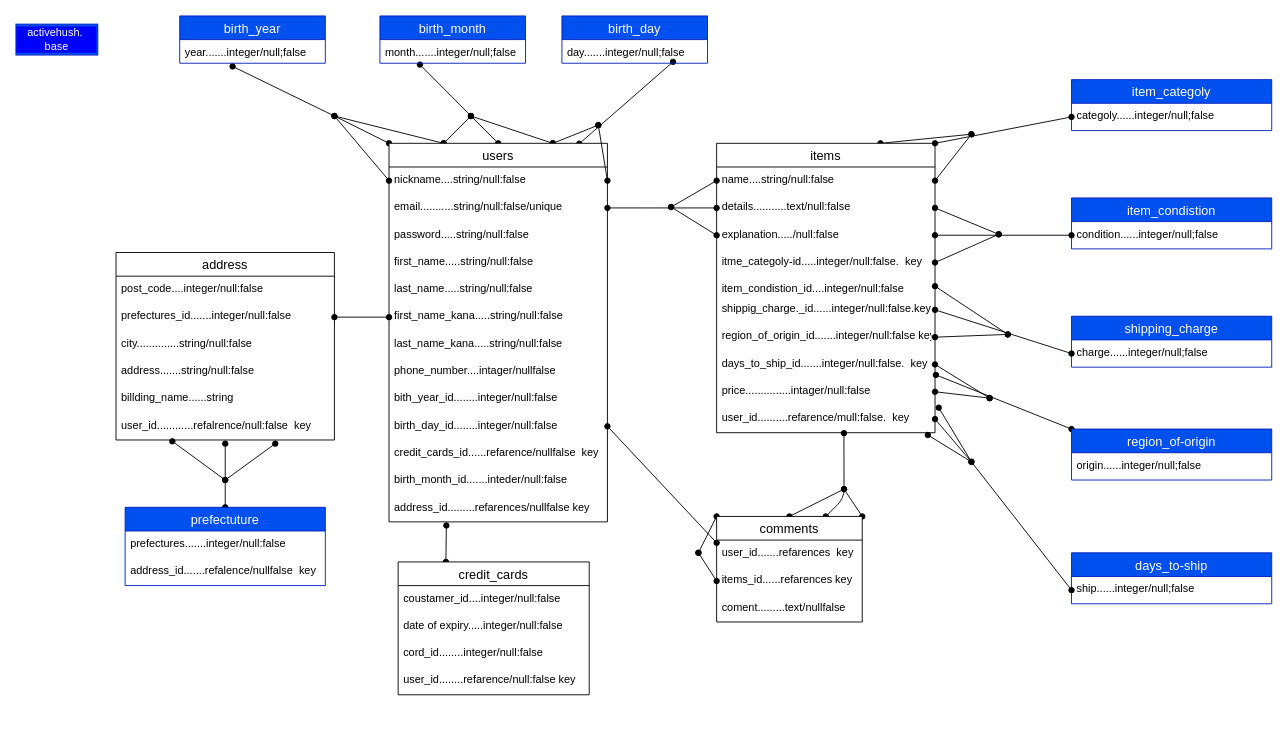
hiro-nishino/furima-39102 keeps this draw.io diagram as furim.dio. Above is the earlier version. Source tidied: cells renumbered, new cells numbered last; positions are measured from the earlier drawing's top-left corner, leaving out a move shared by most shapes. Both pictures are drawn from the tidied source at 91%, with x=0, y=0 at pixel (15, 15).
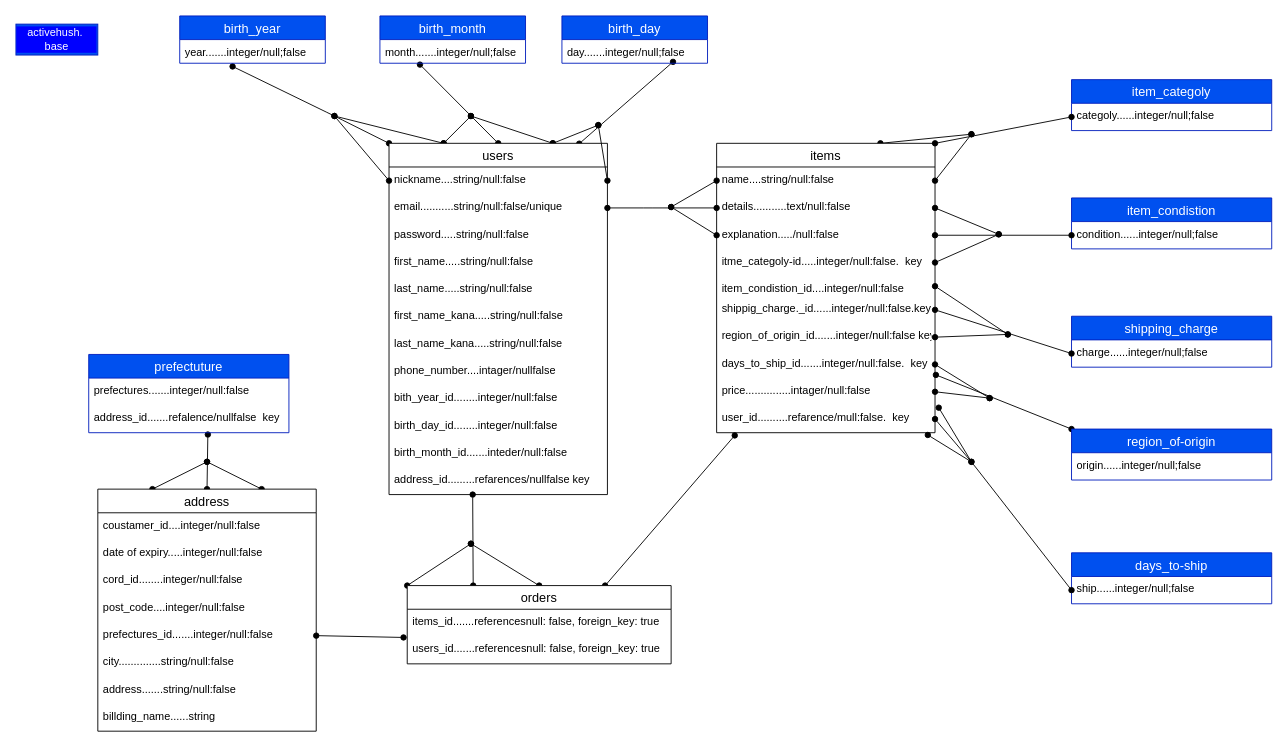
The same page after the edit.

Commit message (it also covers changes not shown here):
テーブル設計修正

Unchanged cells that the change refers to:
```xml
<mxCell id="17" value="first_name_kana.....string/null:false" style="text;strokeColor=none;fillColor=none;spacingLeft=4;spacingRight=4;overflow=hidden;points=[[0,0.5],[1,0.5]];portConstraint=eastwest;fontSize=12;" parent="11" vertex="1">
  <mxGeometry y="176" width="240" height="30" as="geometry" />
</mxCell>
<mxCell id="21" value="birth_day_id........integer/null:false" style="text;strokeColor=none;fillColor=none;spacingLeft=4;spacingRight=4;overflow=hidden;points=[[0,0.5],[1,0.5]];portConstraint=eastwest;fontSize=12;" parent="11" vertex="1">
  <mxGeometry y="296" width="240" height="30" as="geometry" />
</mxCell>
<mxCell id="36" value="user_id..........refarence/mull:false.  key" style="text;strokeColor=none;fillColor=none;spacingLeft=4;spacingRight=4;overflow=hidden;points=[[0,0.5],[1,0.5]];portConstraint=eastwest;fontSize=12;" parent="26" vertex="1">
  <mxGeometry y="288" width="240" height="30" as="geometry" />
</mxCell>
<mxCell id="61" value="address_id.......refalence/nullfalse  key" style="text;strokeColor=none;fillColor=none;spacingLeft=4;spacingRight=4;overflow=hidden;points=[[0,0.5],[1,0.5]];portConstraint=eastwest;fontSize=12;" parent="59" vertex="1">
  <mxGeometry y="56" width="220" height="30" as="geometry" />
</mxCell>
```

What changed in the source:
```diff
@@
     <mxCell id="11" value="users" style="swimlane;fontStyle=0;horizontal=1;startSize=26;align=center;fontSize=14;" parent="1" vertex="1">
-      <mxGeometry x="410" y="140" width="240" height="416" as="geometry" />
+      <mxGeometry x="410" y="140" width="240" height="386" as="geometry" />
     </mxCell>
@@
-    <mxCell id="22" value="credit_cards_id......refarence/nullfalse  key" style="text;strokeColor=none;fillColor=none;spacingLeft=4;spacingRight=4;overflow=hidden;fontSize=12;" parent="11" vertex="1">
-      <mxGeometry y="326" width="240" height="30" as="geometry" />
-    </mxCell>
     <mxCell id="23" value="birth_month_id.......inteder/null:false" style="text;strokeColor=none;fillColor=none;spacingLeft=4;spacingRight=4;overflow=hidden;fontSize=12;" parent="11" vertex="1">
-      <mxGeometry y="356" width="240" height="30" as="geometry" />
+      <mxGeometry y="326" width="240" height="30" as="geometry" />
     </mxCell>
     <mxCell id="24" value="address_id.........refarences/nullfalse key" style="text;strokeColor=none;fillColor=none;spacingLeft=4;spacingRight=4;overflow=hidden;points=[[0,0.5],[1,0.5]];portConstraint=eastwest;fontSize=12;labelBackgroundColor=default;" parent="11" vertex="1">
-      <mxGeometry y="386" width="240" height="30" as="geometry" />
+      <mxGeometry y="356" width="240" height="30" as="geometry" />
     </mxCell>
@@
-    <mxCell id="43" style="edgeStyle=none;html=1;exitX=0.25;exitY=0;exitDx=0;exitDy=0;endArrow=oval;endFill=1;startArrow=oval;startFill=1;" parent="1" edge="1" source="44">
-      <mxGeometry relative="1" as="geometry">
-        <mxPoint x="473" y="560" as="targetPoint" />
-      </mxGeometry>
-    </mxCell>
-    <mxCell id="44" value="credit_cards" style="swimlane;fontStyle=0;horizontal=1;startSize=26;align=center;fontSize=14;strokeColor=default;" parent="1" vertex="1">
-      <mxGeometry x="420" y="600" width="210" height="146" as="geometry" />
-    </mxCell>
+    <mxCell id="103" style="edgeStyle=none;html=1;exitX=0.5;exitY=0;exitDx=0;exitDy=0;entryX=0.595;entryY=1.067;entryDx=0;entryDy=0;entryPerimeter=0;startArrow=oval;startFill=1;endArrow=oval;endFill=1;" parent="1" edge="1" source="49" target="61">
+      <mxGeometry relative="1" as="geometry" />
+    </mxCell>
+    <mxCell id="104" style="edgeStyle=none;html=1;exitX=0.75;exitY=0;exitDx=0;exitDy=0;startArrow=oval;startFill=1;endArrow=oval;endFill=1;" parent="1" edge="1" source="49">
+      <mxGeometry relative="1" as="geometry">
+        <mxPoint x="210" y="490" as="targetPoint" />
+      </mxGeometry>
+    </mxCell>
+    <mxCell id="105" style="edgeStyle=none;html=1;exitX=0.25;exitY=0;exitDx=0;exitDy=0;startArrow=oval;startFill=1;endArrow=oval;endFill=1;" parent="1" edge="1" source="49">
+      <mxGeometry relative="1" as="geometry">
+        <mxPoint x="210" y="490" as="targetPoint" />
+      </mxGeometry>
+    </mxCell>
+    <mxCell id="49" value="address" style="swimlane;fontStyle=0;horizontal=1;startSize=26;align=center;fontSize=14;strokeColor=default;" parent="1" vertex="1">
+      <mxGeometry x="90" y="520" width="240" height="266" as="geometry" />
+    </mxCell>
-    <mxCell id="45" value="coustamer_id....integer/null:false" style="text;strokeColor=none;fillColor=none;spacingLeft=4;spacingRight=4;overflow=hidden;fontSize=12;" parent="44" vertex="1">
-      <mxGeometry y="26" width="210" height="30" as="geometry" />
+    <mxCell id="45" value="coustamer_id....integer/null:false" style="text;strokeColor=none;fillColor=none;spacingLeft=4;spacingRight=4;overflow=hidden;fontSize=12;" parent="49" vertex="1">
+      <mxGeometry y="26" width="240" height="30" as="geometry" />
     </mxCell>
-    <mxCell id="46" value="date of expiry.....integer/null:false" style="text;strokeColor=none;fillColor=none;spacingLeft=4;spacingRight=4;overflow=hidden;fontSize=12;" parent="44" vertex="1">
-      <mxGeometry y="56" width="210" height="30" as="geometry" />
+    <mxCell id="46" value="date of expiry.....integer/null:false" style="text;strokeColor=none;fillColor=none;spacingLeft=4;spacingRight=4;overflow=hidden;fontSize=12;" parent="49" vertex="1">
+      <mxGeometry y="56" width="240" height="30" as="geometry" />
     </mxCell>
-    <mxCell id="47" value="cord_id........integer/null:false" style="text;strokeColor=none;fillColor=none;spacingLeft=4;spacingRight=4;overflow=hidden;fontSize=12;" parent="44" vertex="1">
-      <mxGeometry y="86" width="210" height="30" as="geometry" />
+    <mxCell id="47" value="cord_id........integer/null:false" style="text;strokeColor=none;fillColor=none;spacingLeft=4;spacingRight=4;overflow=hidden;fontSize=12;" parent="49" vertex="1">
+      <mxGeometry y="86" width="240" height="30" as="geometry" />
     </mxCell>
-    <mxCell id="48" value="user_id........refarence/null:false key" style="text;strokeColor=none;fillColor=none;spacingLeft=4;spacingRight=4;overflow=hidden;fontSize=12;" parent="44" vertex="1">
-      <mxGeometry y="116" width="210" height="30" as="geometry" />
-    </mxCell>
-    <mxCell id="49" value="address" style="swimlane;fontStyle=0;horizontal=1;startSize=26;align=center;fontSize=14;strokeColor=default;" parent="1" vertex="1">
-      <mxGeometry x="110" y="260" width="240" height="206" as="geometry" />
-    </mxCell>
     <mxCell id="50" value="post_code....integer/null:false" style="text;strokeColor=none;fillColor=none;spacingLeft=4;spacingRight=4;overflow=hidden;fontSize=12;" parent="49" vertex="1">
-      <mxGeometry y="26" width="240" height="30" as="geometry" />
+      <mxGeometry y="116" width="240" height="30" as="geometry" />
     </mxCell>
     <mxCell id="51" value="prefectures_id.......integer/null:false" style="text;strokeColor=none;fillColor=none;spacingLeft=4;spacingRight=4;overflow=hidden;points=[[0,0.5],[1,0.5]];portConstraint=eastwest;fontSize=12;" parent="49" vertex="1">
-      <mxGeometry y="56" width="240" height="30" as="geometry" />
+      <mxGeometry y="146" width="240" height="30" as="geometry" />
     </mxCell>
     <mxCell id="52" value="city..............string/null:false" style="text;strokeColor=none;fillColor=none;spacingLeft=4;spacingRight=4;overflow=hidden;fontSize=12;" parent="49" vertex="1">
-      <mxGeometry y="86" width="240" height="30" as="geometry" />
+      <mxGeometry y="176" width="240" height="30" as="geometry" />
     </mxCell>
     <mxCell id="53" value="address.......string/null:false&#10;" style="text;strokeColor=none;fillColor=none;spacingLeft=4;spacingRight=4;overflow=hidden;fontSize=12;" parent="49" vertex="1">
-      <mxGeometry y="116" width="240" height="30" as="geometry" />
+      <mxGeometry y="206" width="240" height="30" as="geometry" />
     </mxCell>
     <mxCell id="54" value="billding_name......string" style="text;strokeColor=none;fillColor=none;spacingLeft=4;spacingRight=4;overflow=hidden;fontSize=12;" parent="49" vertex="1">
-      <mxGeometry y="146" width="240" height="30" as="geometry" />
+      <mxGeometry y="236" width="240" height="30" as="geometry" />
     </mxCell>
-    <mxCell id="55" value="user_id............refalrence/null:false  key" style="text;strokeColor=none;fillColor=none;spacingLeft=4;spacingRight=4;overflow=hidden;points=[[0,0.5],[1,0.5]];portConstraint=eastwest;fontSize=12;" parent="49" vertex="1">
-      <mxGeometry y="176" width="240" height="30" as="geometry" />
-    </mxCell>
-    <mxCell id="56" style="edgeStyle=none;html=1;exitX=0.5;exitY=0;exitDx=0;exitDy=0;endArrow=oval;endFill=1;startArrow=oval;startFill=1;" parent="1" edge="1" source="59">
-      <mxGeometry relative="1" as="geometry">
-        <mxPoint x="230" y="470" as="targetPoint" />
-        <Array as="points">
-          <mxPoint x="230" y="510" />
-        </Array>
-      </mxGeometry>
-    </mxCell>
-    <mxCell id="57" style="edgeStyle=none;html=1;entryX=0.258;entryY=1.05;entryDx=0;entryDy=0;entryPerimeter=0;startArrow=oval;startFill=1;endArrow=oval;endFill=1;" parent="1" edge="1" target="55">
-      <mxGeometry relative="1" as="geometry">
-        <mxPoint x="230" y="510" as="sourcePoint" />
-      </mxGeometry>
-    </mxCell>
-    <mxCell id="58" style="edgeStyle=none;html=1;startArrow=oval;startFill=1;endArrow=oval;endFill=1;" parent="1" edge="1">
-      <mxGeometry relative="1" as="geometry">
-        <mxPoint x="230" y="510" as="sourcePoint" />
-        <mxPoint x="285" y="470" as="targetPoint" />
-      </mxGeometry>
-    </mxCell>
     <mxCell id="59" value="prefectuture" style="swimlane;fontStyle=0;horizontal=1;startSize=26;align=center;fontSize=14;strokeColor=#001DBC;fillColor=#0050ef;fontColor=#ffffff;" parent="1" vertex="1">
-      <mxGeometry x="120" y="540" width="220" height="86" as="geometry" />
+      <mxGeometry x="80" y="372" width="220" height="86" as="geometry" />
     </mxCell>
@@
-    <mxCell id="62" style="edgeStyle=none;html=1;exitX=0;exitY=0.5;exitDx=0;exitDy=0;entryX=1;entryY=0.5;entryDx=0;entryDy=0;startArrow=oval;startFill=1;endArrow=oval;endFill=1;" parent="1" edge="1" source="17" target="51">
-      <mxGeometry relative="1" as="geometry" />
-    </mxCell>
@@
-    <mxCell id="66" style="edgeStyle=none;html=1;exitX=0.75;exitY=0;exitDx=0;exitDy=0;startArrow=oval;startFill=1;endArrow=oval;endFill=1;entryX=0.583;entryY=1.017;entryDx=0;entryDy=0;entryPerimeter=0;" parent="1" edge="1" source="70" target="36">
-      <mxGeometry relative="1" as="geometry">
-        <Array as="points">
-          <mxPoint x="910" y="530" />
-        </Array>
-      </mxGeometry>
-    </mxCell>
-    <mxCell id="67" style="edgeStyle=none;html=1;exitX=0.5;exitY=0;exitDx=0;exitDy=0;startArrow=oval;startFill=1;endArrow=oval;endFill=1;" parent="1" edge="1" source="70">
-      <mxGeometry relative="1" as="geometry">
-        <mxPoint x="910" y="520" as="targetPoint" />
-      </mxGeometry>
-    </mxCell>
-    <mxCell id="68" style="edgeStyle=none;html=1;exitX=0;exitY=0;exitDx=0;exitDy=0;startArrow=oval;startFill=1;endArrow=oval;endFill=1;" parent="1" edge="1" source="70">
-      <mxGeometry relative="1" as="geometry">
-        <mxPoint x="750" y="590" as="targetPoint" />
-      </mxGeometry>
-    </mxCell>
-    <mxCell id="69" style="edgeStyle=none;html=1;exitX=1;exitY=0;exitDx=0;exitDy=0;startArrow=oval;startFill=1;endArrow=oval;endFill=1;" parent="1" edge="1" source="70">
-      <mxGeometry relative="1" as="geometry">
-        <mxPoint x="910" y="520" as="targetPoint" />
-      </mxGeometry>
-    </mxCell>
-    <mxCell id="70" value="comments" style="swimlane;fontStyle=0;horizontal=1;startSize=26;align=center;fontSize=14;strokeColor=default;" parent="1" vertex="1">
-      <mxGeometry x="770" y="550" width="160" height="116" as="geometry" />
-    </mxCell>
-    <mxCell id="71" value="user_id.......refarences  key" style="text;strokeColor=none;fillColor=none;spacingLeft=4;spacingRight=4;overflow=hidden;fontSize=12;" parent="70" vertex="1">
-      <mxGeometry y="26" width="160" height="30" as="geometry" />
-    </mxCell>
-    <mxCell id="72" value="items_id......refarences key" style="text;strokeColor=none;fillColor=none;spacingLeft=4;spacingRight=4;overflow=hidden;points=[[0,0.5],[1,0.5]];portConstraint=eastwest;fontSize=12;" parent="70" vertex="1">
-      <mxGeometry y="56" width="160" height="30" as="geometry" />
-    </mxCell>
-    <mxCell id="73" value="coment.........text/nullfalse" style="text;strokeColor=none;fillColor=none;spacingLeft=4;spacingRight=4;overflow=hidden;fontSize=12;" parent="70" vertex="1">
-      <mxGeometry y="86" width="160" height="30" as="geometry" />
-    </mxCell>
-    <mxCell id="74" style="edgeStyle=none;html=1;exitX=1;exitY=0.5;exitDx=0;exitDy=0;entryX=0;entryY=0.25;entryDx=0;entryDy=0;startArrow=oval;startFill=1;endArrow=oval;endFill=1;" parent="1" edge="1" source="21" target="70">
-      <mxGeometry relative="1" as="geometry" />
-    </mxCell>
-    <mxCell id="75" style="edgeStyle=none;html=1;exitX=0;exitY=0.5;exitDx=0;exitDy=0;startArrow=oval;startFill=1;endArrow=oval;endFill=1;" parent="1" edge="1" source="72">
-      <mxGeometry relative="1" as="geometry">
-        <mxPoint x="750" y="590" as="targetPoint" />
-      </mxGeometry>
-    </mxCell>
@@
+    <mxCell id="106" style="edgeStyle=none;html=1;exitX=0.25;exitY=0;exitDx=0;exitDy=0;entryX=0.383;entryY=1;entryDx=0;entryDy=0;entryPerimeter=0;endArrow=oval;endFill=1;startArrow=oval;startFill=1;" parent="1" edge="1" source="110" target="24">
+      <mxGeometry relative="1" as="geometry" />
+    </mxCell>
+    <mxCell id="107" style="edgeStyle=none;html=1;exitX=0.75;exitY=0;exitDx=0;exitDy=0;entryX=0.083;entryY=1.1;entryDx=0;entryDy=0;entryPerimeter=0;startArrow=oval;startFill=1;endArrow=oval;endFill=1;" parent="1" edge="1" source="110" target="36">
+      <mxGeometry relative="1" as="geometry" />
+    </mxCell>
+    <mxCell id="108" style="edgeStyle=none;html=1;exitX=0;exitY=0;exitDx=0;exitDy=0;startArrow=oval;startFill=1;endArrow=oval;endFill=1;" parent="1" edge="1" source="110">
+      <mxGeometry relative="1" as="geometry">
+        <mxPoint x="500" y="580" as="targetPoint" />
+      </mxGeometry>
+    </mxCell>
+    <mxCell id="109" style="edgeStyle=none;html=1;exitX=0.5;exitY=0;exitDx=0;exitDy=0;startArrow=oval;startFill=1;endArrow=oval;endFill=1;" parent="1" edge="1" source="110">
+      <mxGeometry relative="1" as="geometry">
+        <mxPoint x="500" y="580" as="targetPoint" />
+      </mxGeometry>
+    </mxCell>
+    <mxCell id="110" value="orders" style="swimlane;fontStyle=0;horizontal=1;startSize=26;align=center;fontSize=14;" parent="1" vertex="1">
+      <mxGeometry x="430" y="626" width="290" height="86" as="geometry" />
+    </mxCell>
+    <mxCell id="111" value="items_id.......referencesnull: false, foreign_key: true" style="text;strokeColor=none;fillColor=none;spacingLeft=4;spacingRight=4;overflow=hidden;points=[[0,0.5],[1,0.5]];portConstraint=eastwest;fontSize=12;" parent="110" vertex="1">
+      <mxGeometry y="26" width="290" height="30" as="geometry" />
+    </mxCell>
+    <mxCell id="112" value="users_id.......referencesnull: false, foreign_key: true" style="text;strokeColor=none;fillColor=none;spacingLeft=4;spacingRight=4;overflow=hidden;fontSize=12;" parent="110" vertex="1">
+      <mxGeometry y="56" width="290" height="30" as="geometry" />
+    </mxCell>
+    <mxCell id="113" style="edgeStyle=none;html=1;exitX=1;exitY=0.5;exitDx=0;exitDy=0;entryX=-0.014;entryY=1.033;entryDx=0;entryDy=0;entryPerimeter=0;startArrow=oval;startFill=1;endArrow=oval;endFill=1;" parent="1" edge="1" source="51" target="111">
+      <mxGeometry relative="1" as="geometry" />
+    </mxCell>
```
